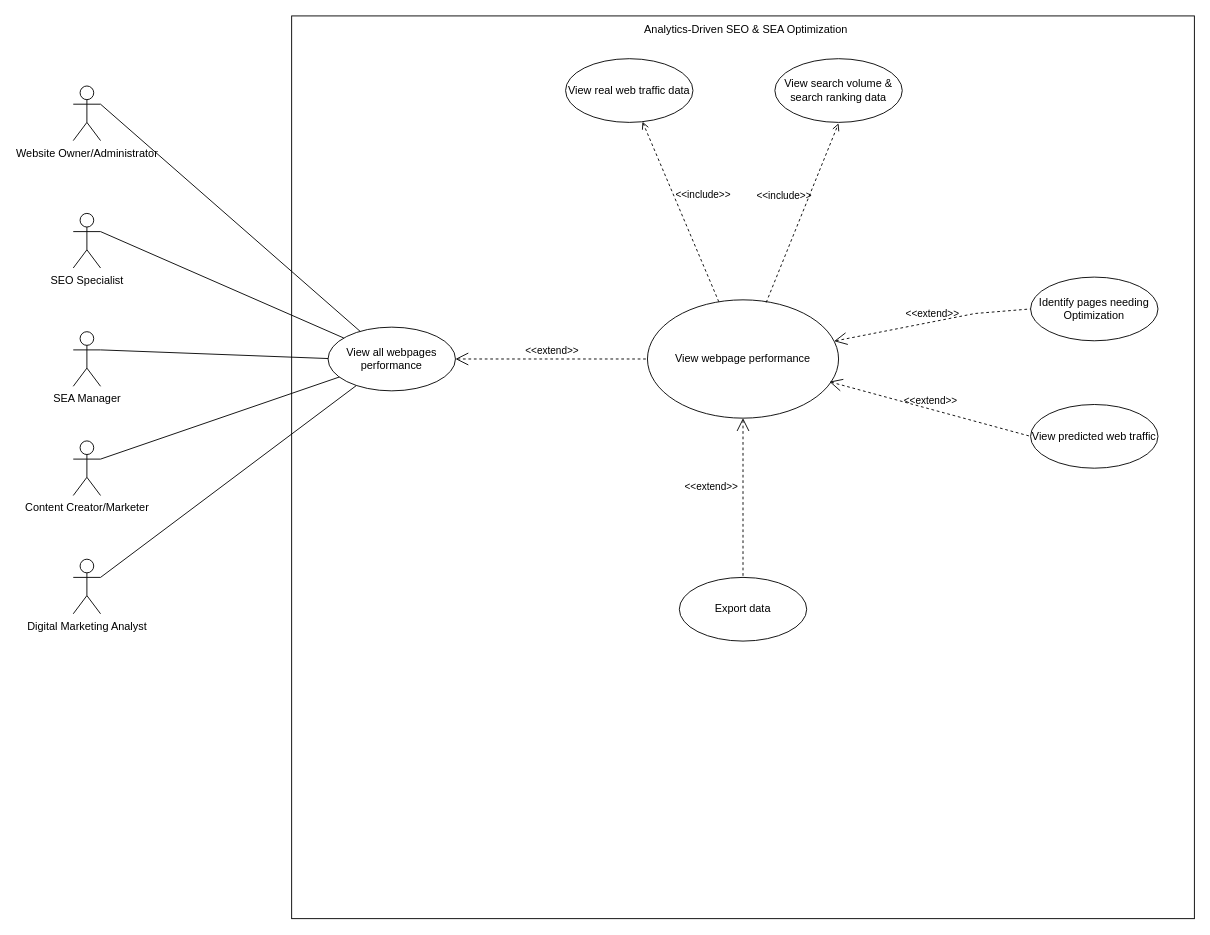
The draw.io diagram Analysis_artefacts/use_case_diag/use_case_diag.drawio in Warglaive/Fontys_deliverables_spienzer, before the edit. Source tidied: cells renumbered, new cells numbered last; positions are measured from the earlier drawing's top-left corner, leaving out a move shared by most shapes. Both pictures are drawn from the tidied source at 91%, with x=0, y=0 at pixel (73, 15).
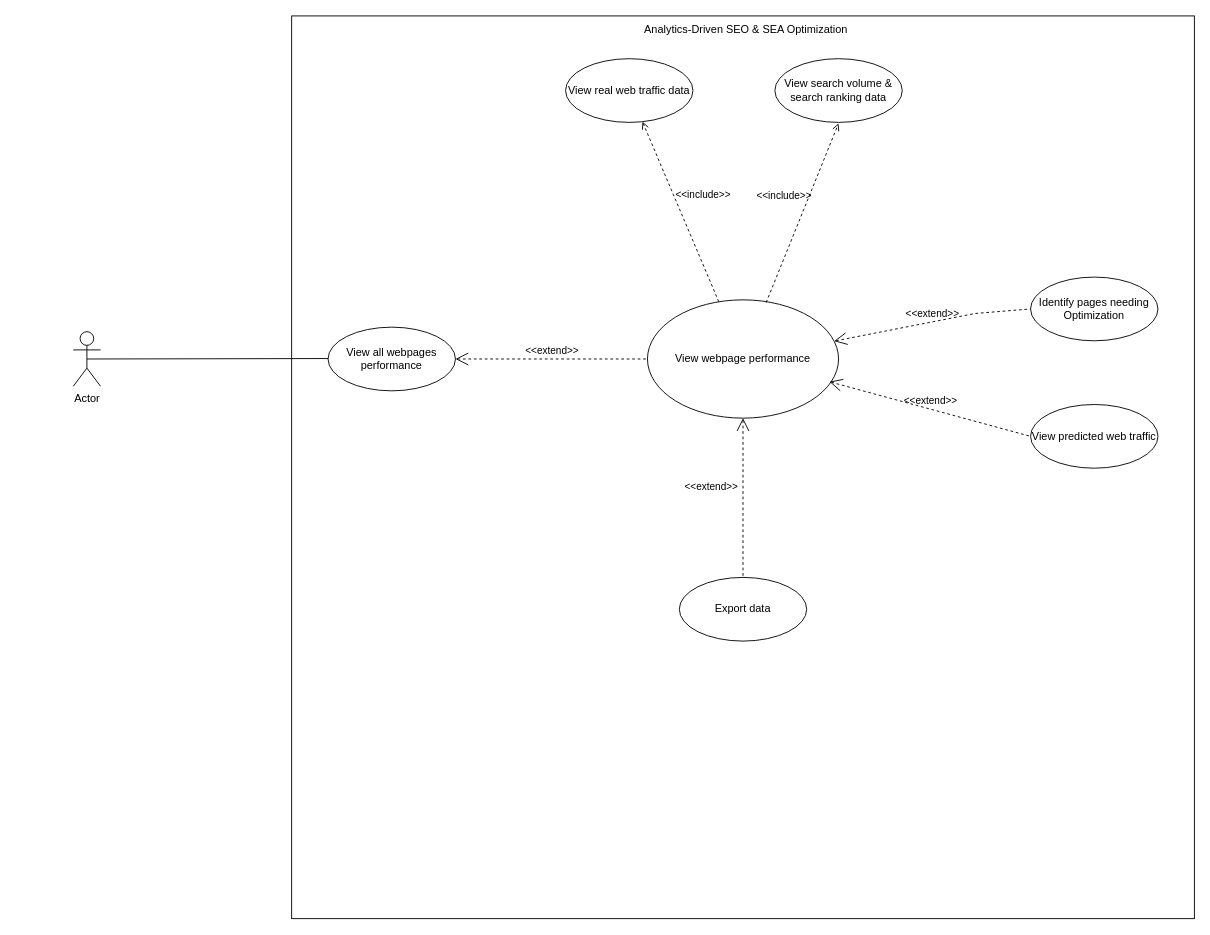
The same diagram, later.

The change refers to these unchanged cells:
```xml
<mxCell id="19" value="View all webpages performance" style="ellipse;whiteSpace=wrap;html=1;" parent="1" vertex="1">
  <mxGeometry x="280" y="342" width="140" height="70" as="geometry" />
</mxCell>
```

What changed in the source:
```diff
@@
-    <mxCell id="3" value="Website Owner/Administrator" style="shape=umlActor;verticalLabelPosition=bottom;verticalAlign=top;html=1;outlineConnect=0;" parent="1" vertex="1">
-      <mxGeometry y="77" width="30" height="60" as="geometry" />
-    </mxCell>
-    <mxCell id="4" value="SEO Specialist" style="shape=umlActor;verticalLabelPosition=bottom;verticalAlign=top;html=1;outlineConnect=0;" parent="1" vertex="1">
-      <mxGeometry y="217" width="30" height="60" as="geometry" />
-    </mxCell>
-    <mxCell id="5" value="SEA Manager" style="shape=umlActor;verticalLabelPosition=bottom;verticalAlign=top;html=1;outlineConnect=0;" parent="1" vertex="1">
+    <mxCell id="5" value="Actor" style="shape=umlActor;verticalLabelPosition=bottom;verticalAlign=top;html=1;outlineConnect=0;" parent="1" vertex="1">
       <mxGeometry y="347" width="30" height="60" as="geometry" />
     </mxCell>
-    <mxCell id="6" value="Content Creator/Marketer" style="shape=umlActor;verticalLabelPosition=bottom;verticalAlign=top;html=1;outlineConnect=0;" parent="1" vertex="1">
-      <mxGeometry y="467" width="30" height="60" as="geometry" />
-    </mxCell>
-    <mxCell id="7" value="Digital Marketing Analyst" style="shape=umlActor;verticalLabelPosition=bottom;verticalAlign=top;html=1;outlineConnect=0;" parent="1" vertex="1">
-      <mxGeometry y="597" width="30" height="60" as="geometry" />
-    </mxCell>
@@
-    <mxCell id="21" style="edgeStyle=none;html=1;endArrow=none;verticalAlign=bottom;rounded=0;exitX=1;exitY=0.3333333333333333;exitDx=0;exitDy=0;exitPerimeter=0;" parent="1" edge="1" source="4" target="19">
-      <mxGeometry relative="1" as="geometry" />
-    </mxCell>
-    <mxCell id="22" style="edgeStyle=none;html=1;endArrow=none;verticalAlign=bottom;rounded=0;exitX=1;exitY=0.3333333333333333;exitDx=0;exitDy=0;exitPerimeter=0;" parent="1" edge="1" source="3" target="19">
-      <mxGeometry relative="1" as="geometry" />
-    </mxCell>
-    <mxCell id="23" style="edgeStyle=none;html=1;endArrow=none;verticalAlign=bottom;rounded=0;exitX=1;exitY=0.3333333333333333;exitDx=0;exitDy=0;exitPerimeter=0;" parent="1" edge="1" source="5">
+    <mxCell id="23" style="edgeStyle=none;html=1;endArrow=none;verticalAlign=bottom;rounded=0;exitX=0.5;exitY=0.5;exitDx=0;exitDy=0;exitPerimeter=0;" parent="1" edge="1" source="5">
       <mxGeometry relative="1" as="geometry">
         <mxPoint x="280" y="376.5" as="targetPoint" />
       </mxGeometry>
     </mxCell>
-    <mxCell id="24" style="edgeStyle=none;html=1;endArrow=none;verticalAlign=bottom;rounded=0;exitX=1;exitY=0.3333333333333333;exitDx=0;exitDy=0;exitPerimeter=0;" parent="1" edge="1" source="6" target="19">
-      <mxGeometry relative="1" as="geometry" />
-    </mxCell>
-    <mxCell id="25" style="edgeStyle=none;html=1;endArrow=none;verticalAlign=bottom;rounded=0;exitX=1;exitY=0.3333333333333333;exitDx=0;exitDy=0;exitPerimeter=0;" parent="1" edge="1" source="7" target="19">
-      <mxGeometry relative="1" as="geometry" />
-    </mxCell>
```
